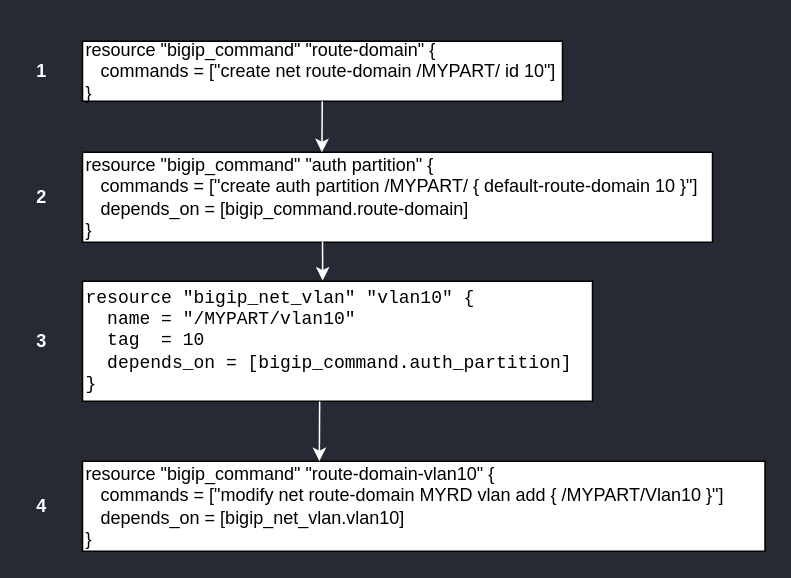
The draw.io diagram page "Page-1" (1 of 3) of post/tf-chicken-egg/f5-tf.drawio in netmemo/netmemo.github.io, before the edit. Source tidied: cells renumbered, new cells numbered last; positions are measured from the earlier drawing's top-left corner, leaving out a move shared by most shapes. Both pictures are drawn from the tidied source at 150%, with x=0, y=0 at pixel (26, 40).
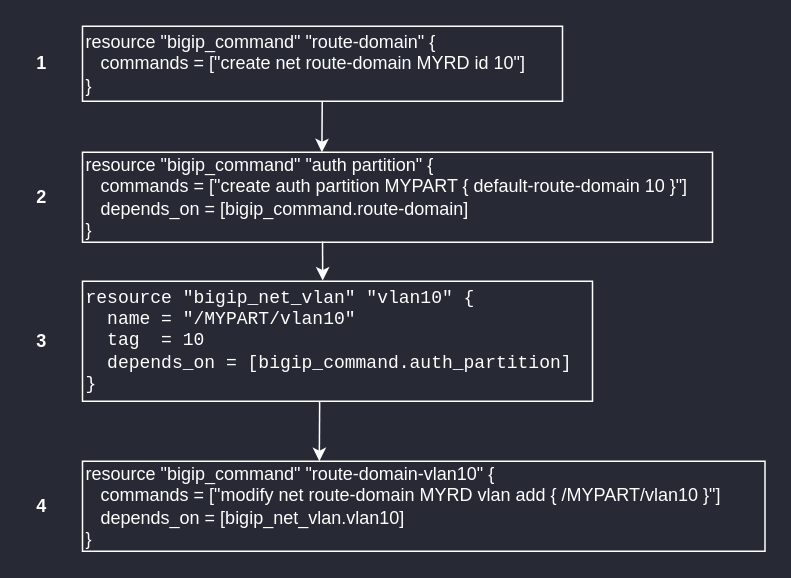
Above is the later version.

Diff of the diagram source:
```diff
@@
 <mxGraphModel background="#272935">
   <root>
     <mxCell id="0" />
     <mxCell id="1" parent="0" />
-    <mxCell id="2" value="&lt;pre class=&quot;line-numbers language-hcl&quot;&gt;resource &quot;bigip_net_vlan&quot; &quot;vlan10&quot; {&lt;br/&gt;  name = &quot;/MYPART/vlan10&quot;&lt;br/&gt;  tag  = 10&lt;br/&gt;  depends_on = [bigip_command.auth_partition]&lt;br/&gt;}&lt;br&gt;&lt;/pre&gt;" style="rounded=0;whiteSpace=wrap;html=1;align=left;" parent="1" vertex="1">
+    <mxCell id="2" value="&lt;pre class=&quot;line-numbers language-hcl&quot;&gt;resource &quot;bigip_net_vlan&quot; &quot;vlan10&quot; {&lt;br&gt;  name = &quot;/MYPART/vlan10&quot;&lt;br&gt;  tag  = 10&lt;br&gt;  depends_on = [bigip_command.auth_partition]&lt;br&gt;}&lt;br&gt;&lt;/pre&gt;" style="rounded=0;whiteSpace=wrap;html=1;align=left;fontColor=#FFFFFF;fillColor=#272935;strokeColor=#FFFFFF;" parent="1" vertex="1">
       <mxGeometry x="37.5" y="160" width="340" height="80" as="geometry" />
     </mxCell>
-    <mxCell id="3" value="resource &quot;bigip_command&quot; &quot;auth partition&quot; {&lt;br&gt;&amp;nbsp; &amp;nbsp;commands = [&quot;create auth partition /MYPART/ { default-route-domain 10 }&quot;]&lt;br&gt;&amp;nbsp; &amp;nbsp;depends_on = [bigip_command.route-domain]&lt;br&gt;}" style="rounded=0;whiteSpace=wrap;html=1;align=left;" parent="1" vertex="1">
+    <mxCell id="3" value="resource &quot;bigip_command&quot; &quot;auth partition&quot; {&lt;br&gt;&amp;nbsp; &amp;nbsp;commands = [&quot;create auth partition MYPART { default-route-domain 10 }&quot;]&lt;br&gt;&amp;nbsp; &amp;nbsp;depends_on = [bigip_command.route-domain]&lt;br&gt;}" style="rounded=0;whiteSpace=wrap;html=1;align=left;fontColor=#FFFFFF;fillColor=#272935;strokeColor=#FFFFFF;" parent="1" vertex="1">
       <mxGeometry x="37.5" y="74" width="420" height="60" as="geometry" />
     </mxCell>
-    <mxCell id="4" value="resource &quot;bigip_command&quot; &quot;route-domain&quot; {&lt;br&gt;&amp;nbsp; &amp;nbsp;commands = [&quot;create net route-domain /MYPART/ id 10&quot;]&lt;br&gt;}" style="rounded=0;whiteSpace=wrap;html=1;align=left;" parent="1" vertex="1">
-      <mxGeometry x="37.5" width="320" height="40" as="geometry" />
+    <mxCell id="4" value="resource &quot;bigip_command&quot; &quot;route-domain&quot; {&lt;br&gt;&amp;nbsp; &amp;nbsp;commands = [&quot;create net route-domain MYRD id 10&quot;]&lt;br&gt;}" style="rounded=0;whiteSpace=wrap;html=1;align=left;fontColor=#FFFFFF;fillColor=#272935;strokeColor=#FFFFFF;" parent="1" vertex="1">
+      <mxGeometry x="37.5" y="-10" width="320" height="50" as="geometry" />
     </mxCell>
-    <mxCell id="5" value="&lt;div&gt;resource &quot;bigip_command&quot; &quot;route-domain-vlan10&quot; {&lt;/div&gt;&lt;div&gt;&amp;nbsp; &amp;nbsp;commands = [&quot;modify net route-domain MYRD vlan add { /MYPART/Vlan10 }&quot;]&lt;/div&gt;&lt;div&gt;&lt;span&gt;&amp;nbsp; &amp;nbsp;depends_on = [bigip_net_vlan.vlan10]&lt;/span&gt;&lt;/div&gt;&lt;div&gt;&lt;span&gt;}&lt;/span&gt;&lt;br&gt;&lt;/div&gt;" style="rounded=0;whiteSpace=wrap;html=1;align=left;" parent="1" vertex="1">
+    <mxCell id="5" value="&lt;div&gt;resource &quot;bigip_command&quot; &quot;route-domain-vlan10&quot; {&lt;/div&gt;&lt;div&gt;&amp;nbsp; &amp;nbsp;commands = [&quot;modify net route-domain MYRD vlan add { /MYPART/vlan10 }&quot;]&lt;/div&gt;&lt;div&gt;&lt;span&gt;&amp;nbsp; &amp;nbsp;depends_on = [bigip_net_vlan.vlan10]&lt;/span&gt;&lt;/div&gt;&lt;div&gt;&lt;span&gt;}&lt;/span&gt;&lt;br&gt;&lt;/div&gt;" style="rounded=0;whiteSpace=wrap;html=1;align=left;fontColor=#FFFFFF;fillColor=#272935;strokeColor=#FFFFFF;" parent="1" vertex="1">
       <mxGeometry x="37.5" y="280" width="455" height="60" as="geometry" />
     </mxCell>
     <mxCell id="6" style="edgeStyle=none;rounded=0;jettySize=auto;html=1;strokeColor=#FFFFFF;exitX=0.381;exitY=0.992;exitDx=0;exitDy=0;exitPerimeter=0;entryX=0.471;entryY=-0.006;entryDx=0;entryDy=0;entryPerimeter=0;" parent="1" edge="1" source="3" target="2">
       <mxGeometry relative="1" as="geometry" />
     </mxCell>
     <mxCell id="7" style="edgeStyle=none;rounded=0;jettySize=auto;html=1;strokeColor=#FFFFFF;entryX=0.38;entryY=0;entryDx=0;entryDy=0;entryPerimeter=0;" parent="1" edge="1" source="4" target="3">
       <mxGeometry relative="1" as="geometry" />
     </mxCell>
     <mxCell id="8" style="edgeStyle=none;rounded=0;jettySize=auto;html=1;strokeColor=#FFFFFF;exitX=0.465;exitY=1.003;exitDx=0;exitDy=0;exitPerimeter=0;entryX=0.347;entryY=-0.001;entryDx=0;entryDy=0;entryPerimeter=0;" parent="1" edge="1" source="2" target="5">
       <mxGeometry relative="1" as="geometry" />
     </mxCell>
     <mxCell id="9" value="1" style="text;html=1;align=center;verticalAlign=middle;strokeColor=none;fillColor=none;fontColor=#FFFFFF;fontStyle=1;" parent="1" vertex="1">
-      <mxGeometry y="10" width="20" height="20" as="geometry" />
+      <mxGeometry y="5" width="20" height="20" as="geometry" />
     </mxCell>
     <mxCell id="10" value="2" style="text;html=1;align=center;verticalAlign=middle;strokeColor=none;fillColor=none;fontColor=#FFFFFF;fontStyle=1;" parent="1" vertex="1">
       <mxGeometry y="94" width="20" height="20" as="geometry" />
     </mxCell>
     <mxCell id="11" value="3" style="text;html=1;align=center;verticalAlign=middle;strokeColor=none;fillColor=none;fontColor=#FFFFFF;fontStyle=1;" parent="1" vertex="1">
       <mxGeometry y="190" width="20" height="20" as="geometry" />
     </mxCell>
     <mxCell id="12" value="4" style="text;html=1;align=center;verticalAlign=middle;strokeColor=none;fillColor=none;fontColor=#FFFFFF;fontStyle=1;" parent="1" vertex="1">
       <mxGeometry y="300" width="20" height="20" as="geometry" />
     </mxCell>
   </root>
 </mxGraphModel>
```
